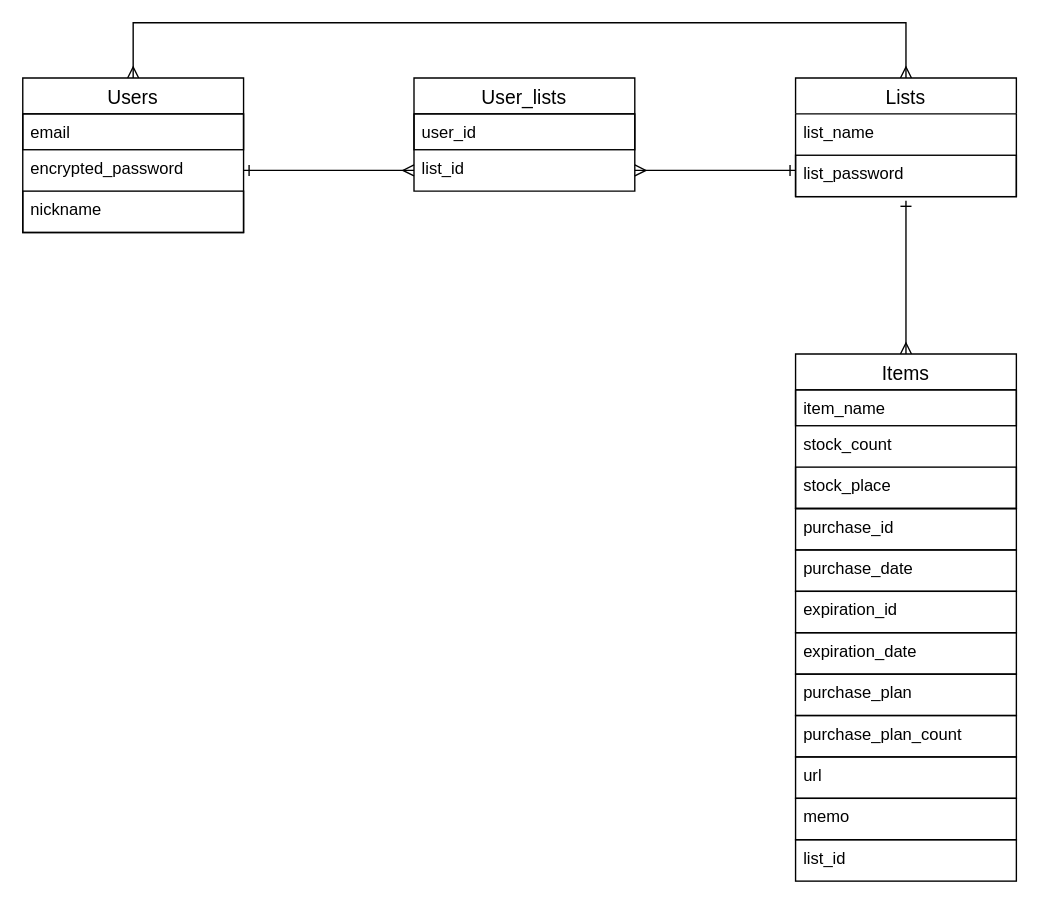
Above: er.dio in nagataku26/life-stocker (draw.io), before the change. Source tidied: cells renumbered, new cells numbered last; positions are measured from the earlier drawing's top-left corner, leaving out a move shared by most shapes. Both pictures are drawn from the tidied source at 138%, with x=0, y=0 at pixel (22, 22).
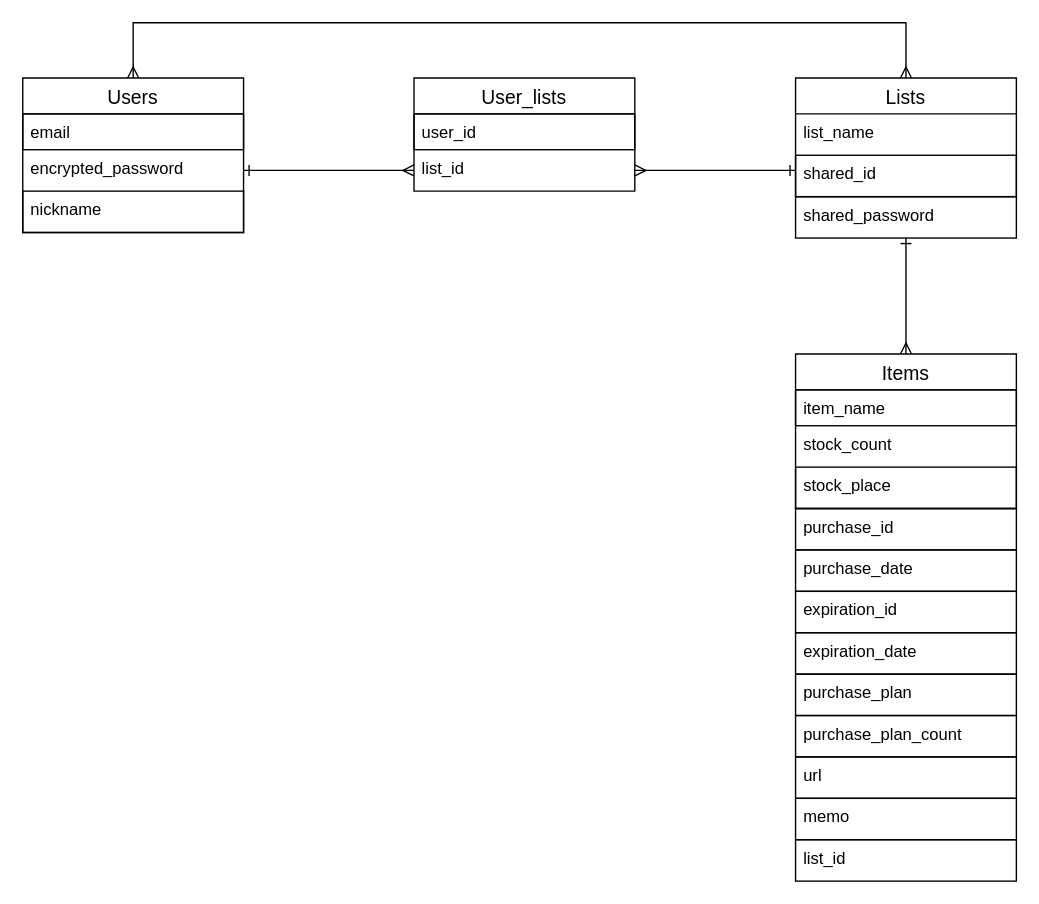
The same page after the edit.

Unchanged cells that the change refers to:
```xml
<mxCell id="8" value="Lists" style="swimlane;fontStyle=0;horizontal=1;startSize=26;align=center;fontSize=14;" parent="1" vertex="1">
  <mxGeometry x="560" y="40" width="160" height="86" as="geometry" />
</mxCell>
<mxCell id="11" value="Items" style="swimlane;fontStyle=0;horizontal=1;startSize=26;align=center;fontSize=14;" parent="1" vertex="1">
  <mxGeometry x="560" y="240" width="160" height="112" as="geometry" />
</mxCell>
```

What changed in the source:
```diff
@@
-    <mxCell id="7" style="rounded=0;html=1;exitX=0.5;exitY=1.1;exitDx=0;exitDy=0;entryX=0.5;entryY=0;entryDx=0;entryDy=0;startArrow=ERone;startFill=0;endArrow=ERmany;endFill=0;exitPerimeter=0;" parent="1" edge="1" source="10" target="11">
+    <mxCell id="7" style="rounded=0;html=1;entryX=0.5;entryY=0;entryDx=0;entryDy=0;startArrow=ERone;startFill=0;endArrow=ERmany;endFill=0;" parent="1" edge="1" source="29" target="11">
       <mxGeometry relative="1" as="geometry" />
     </mxCell>
@@
-    <mxCell id="10" value="list_password" style="text;strokeColor=default;fillColor=none;spacingLeft=4;spacingRight=4;overflow=hidden;points=[[0,0.5],[1,0.5]];portConstraint=eastwest;fontSize=12;" parent="8" vertex="1">
+    <mxCell id="10" value="shared_id" style="text;strokeColor=default;fillColor=none;spacingLeft=4;spacingRight=4;overflow=hidden;points=[[0,0.5],[1,0.5]];portConstraint=eastwest;fontSize=12;" parent="8" vertex="1">
       <mxGeometry y="56" width="160" height="30" as="geometry" />
     </mxCell>
@@
+    <mxCell id="29" value="shared_password" style="text;strokeColor=default;fillColor=none;spacingLeft=4;spacingRight=4;overflow=hidden;points=[[0,0.5],[1,0.5]];portConstraint=eastwest;fontSize=12;" parent="1" vertex="1">
+      <mxGeometry x="560" y="126" width="160" height="30" as="geometry" />
+    </mxCell>
```
